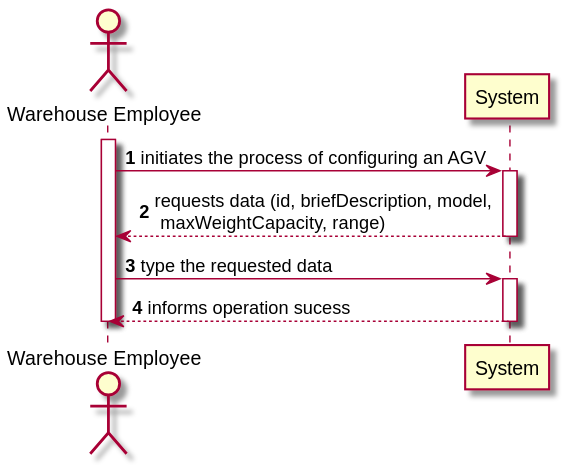
0franciscor/lei21_22_s4_2de_01 keeps this PlantUML diagram as docs/1201382/US2002/US2002_SSD.svg. Above is the earlier version. The source it was exported from:
```plantuml
@startuml
autonumber
actor "Warehouse Employee" as WE
participant "System" as SYS

activate WE
WE -> SYS : initiates the process of configuring an AGV
activate SYS
SYS --> WE : requests data (id, briefDescription, model,\n maxWeightCapacity, range)
deactivate SYS

WE -> SYS : type the requested data
activate SYS

SYS --> WE : informs operation sucess
deactivate SYS

deactivate WE

@enduml
```
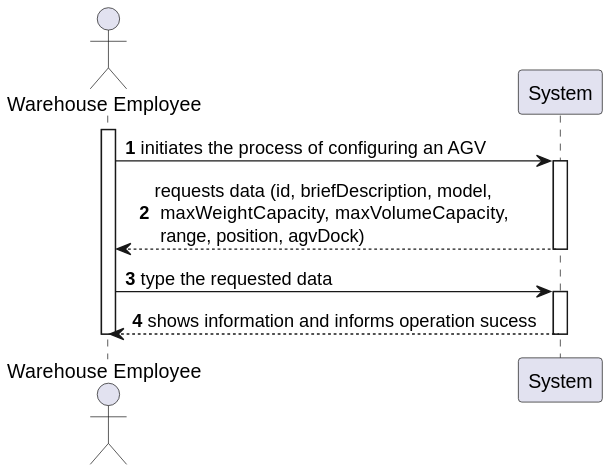
Later version of the same file.

Diff of the diagram source:
```diff
@@ -6,13 +6,13 @@
 activate WE
 WE -> SYS : initiates the process of configuring an AGV
 activate SYS
-SYS --> WE : requests data (id, briefDescription, model,\n maxWeightCapacity, range)
+SYS --> WE : requests data (id, briefDescription, model,\n maxWeightCapacity, maxVolumeCapacity,\n range, position, agvDock)
 deactivate SYS
 
 WE -> SYS : type the requested data
 activate SYS
 
-SYS --> WE : informs operation sucess
+SYS --> WE : shows information and informs operation sucess
 deactivate SYS
 
 deactivate WE
```
